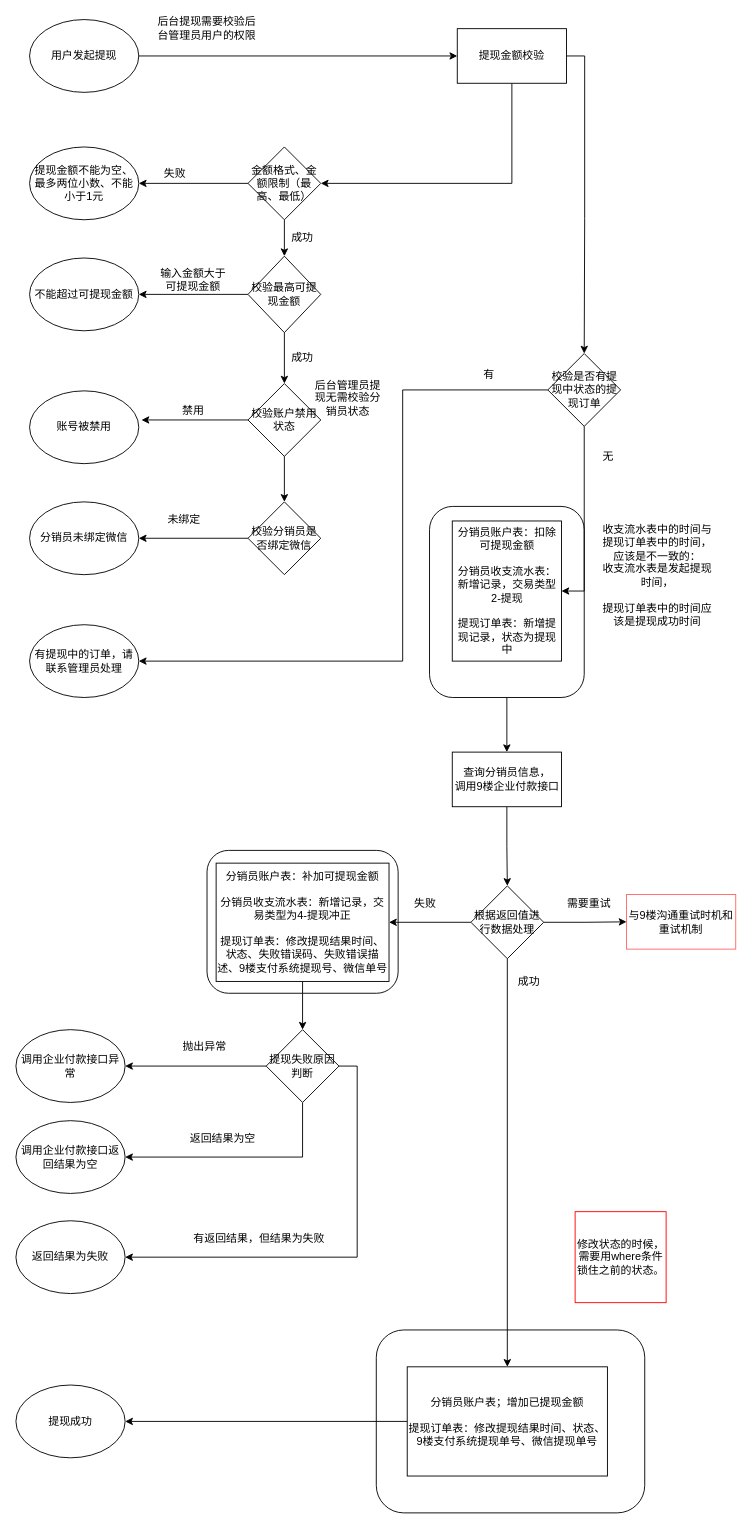
Before: 杨妈二期分销员模块-提现流程图.drawio in dingchengyungit/drawio, a draw.io diagram. Source tidied: cells renumbered, new cells numbered last; positions are measured from the earlier drawing's top-left corner, leaving out a move shared by most shapes. Both pictures are drawn from the tidied source at 91%, with x=0, y=0 at pixel (15, 19).
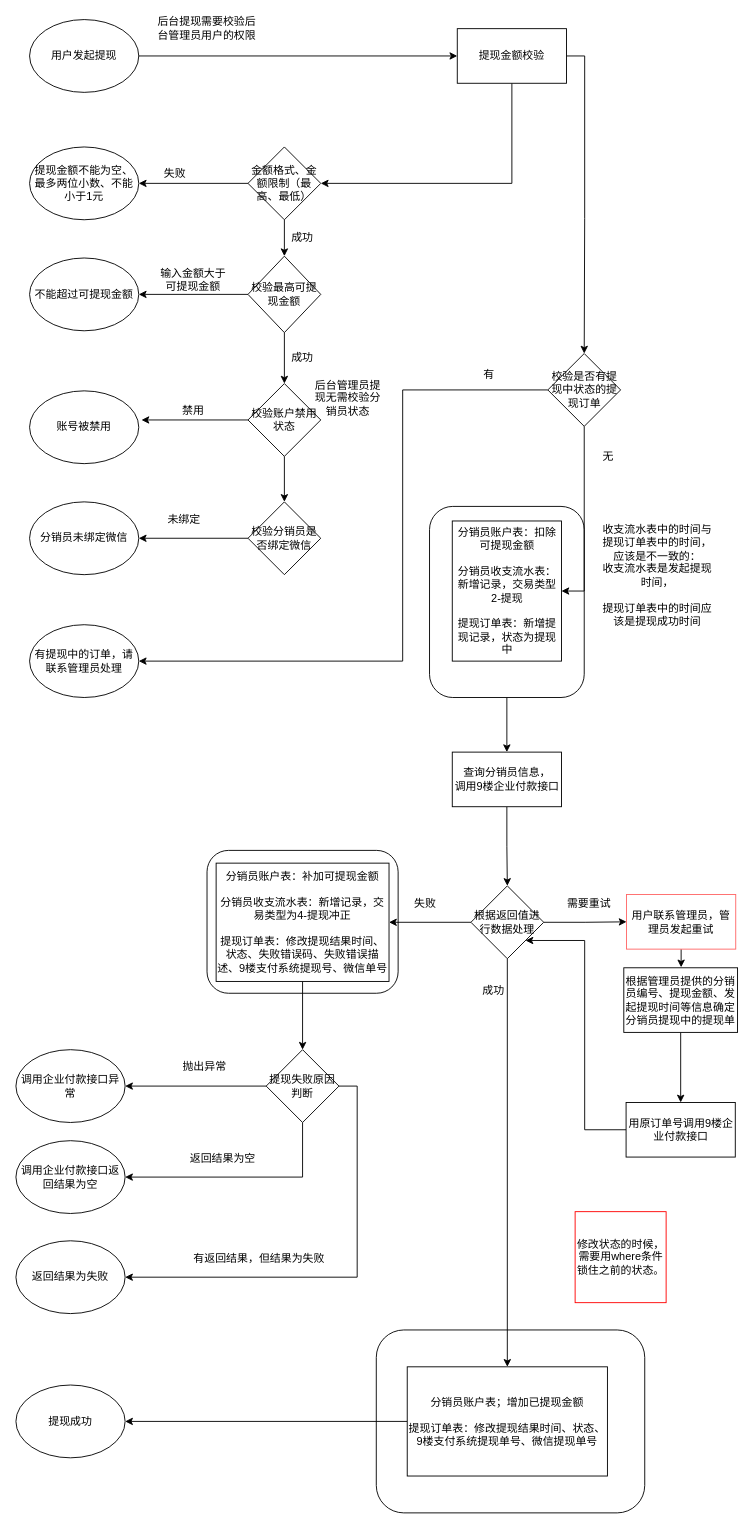
The same page after the edit.

Commit message:
更新杨妈二期分销员模块-提现流程图.drawio

The change refers to these unchanged cells:
```xml
<mxCell id="34" value="根据返回值进行数据处理" style="rhombus;whiteSpace=wrap;html=1;" parent="1" vertex="1">
  <mxGeometry x="500" y="952" width="80" height="80" as="geometry" />
</mxCell>
```

What changed in the source:
```diff
@@
+    <mxCell id="68" style="edgeStyle=orthogonalEdgeStyle;rounded=0;jettySize=auto;html=1;" parent="1" edge="1" source="40" target="70">
+      <mxGeometry relative="1" as="geometry" />
+    </mxCell>
-    <mxCell id="40" value="与9楼沟通重试时机和重试机制" style="rounded=0;whiteSpace=wrap;html=1;strokeColor=#FF6666;" parent="1" vertex="1">
+    <mxCell id="40" value="用户联系管理员，管理员发起重试" style="rounded=0;whiteSpace=wrap;html=1;strokeColor=#FF6666;" parent="1" vertex="1">
       <mxGeometry x="671" y="961.5" width="120" height="60" as="geometry" />
     </mxCell>
+    <mxCell id="69" style="edgeStyle=orthogonalEdgeStyle;rounded=0;jettySize=auto;html=1;" parent="1" edge="1" source="70" target="72">
+      <mxGeometry relative="1" as="geometry" />
+    </mxCell>
+    <mxCell id="70" value="根据管理员提供的分销员编号、提现金额、发起提现时间等信息确定分销员提现中的提现单" style="rounded=0;whiteSpace=wrap;html=1;strokeColor=#000000;" parent="1" vertex="1">
+      <mxGeometry x="668" y="1042" width="125" height="71" as="geometry" />
+    </mxCell>
+    <mxCell id="71" style="edgeStyle=orthogonalEdgeStyle;rounded=0;jettySize=auto;html=1;entryX=1;entryY=1;entryDx=0;entryDy=0;exitX=0;exitY=0.5;exitDx=0;exitDy=0;" parent="1" edge="1" source="72" target="34">
+      <mxGeometry relative="1" as="geometry">
+        <Array as="points">
+          <mxPoint x="625" y="1220" />
+          <mxPoint x="625" y="1012" />
+        </Array>
+      </mxGeometry>
+    </mxCell>
+    <mxCell id="72" value="用原订单号调用9楼企业付款接口" style="rounded=0;whiteSpace=wrap;html=1;strokeColor=#000000;" parent="1" vertex="1">
+      <mxGeometry x="670.5" y="1190" width="120" height="60" as="geometry" />
+    </mxCell>
@@
     <mxCell id="42" value="成功" style="text;html=1;strokeColor=none;fillColor=none;align=center;verticalAlign=middle;whiteSpace=wrap;rounded=0;" parent="1" vertex="1">
-      <mxGeometry x="543.5" y="1047" width="40" height="20" as="geometry" />
+      <mxGeometry x="505" y="1057" width="40" height="20" as="geometry" />
     </mxCell>
@@
     <mxCell id="59" style="edgeStyle=orthogonalEdgeStyle;rounded=0;jettySize=auto;html=1;entryX=1;entryY=0.5;entryDx=0;entryDy=0;exitX=0.5;exitY=1;exitDx=0;exitDy=0;" parent="1" edge="1" source="61" target="63">
       <mxGeometry relative="1" as="geometry">
         <Array as="points">
-          <mxPoint x="315" y="1250" />
+          <mxPoint x="315" y="1272" />
         </Array>
       </mxGeometry>
     </mxCell>
@@
     <mxCell id="61" value="提现失败原因判断" style="rhombus;whiteSpace=wrap;html=1;" parent="1" vertex="1">
-      <mxGeometry x="275" y="1110" width="80" height="80" as="geometry" />
+      <mxGeometry x="275" y="1132" width="80" height="80" as="geometry" />
     </mxCell>
     <mxCell id="62" value="调用企业付款接口异常" style="ellipse;whiteSpace=wrap;html=1;" parent="1" vertex="1">
-      <mxGeometry y="1110" width="120" height="80" as="geometry" />
+      <mxGeometry y="1132" width="120" height="80" as="geometry" />
     </mxCell>
     <mxCell id="63" value="调用企业付款接口返回结果为空" style="ellipse;whiteSpace=wrap;html=1;" parent="1" vertex="1">
-      <mxGeometry y="1210" width="120" height="80" as="geometry" />
+      <mxGeometry y="1232" width="120" height="80" as="geometry" />
     </mxCell>
     <mxCell id="64" value="抛出异常" style="text;html=1;strokeColor=none;fillColor=none;align=center;verticalAlign=middle;whiteSpace=wrap;rounded=0;" parent="1" vertex="1">
-      <mxGeometry x="180" y="1119" width="55" height="20" as="geometry" />
+      <mxGeometry x="180" y="1141" width="55" height="20" as="geometry" />
     </mxCell>
     <mxCell id="65" value="返回结果为空" style="text;html=1;strokeColor=none;fillColor=none;align=center;verticalAlign=middle;whiteSpace=wrap;rounded=0;" parent="1" vertex="1">
-      <mxGeometry x="190" y="1220" width="75" height="20" as="geometry" />
+      <mxGeometry x="190" y="1242" width="75" height="20" as="geometry" />
     </mxCell>
     <mxCell id="66" value="返回结果为失败" style="ellipse;whiteSpace=wrap;html=1;" parent="1" vertex="1">
-      <mxGeometry y="1320" width="120" height="80" as="geometry" />
+      <mxGeometry y="1342" width="120" height="80" as="geometry" />
     </mxCell>
     <mxCell id="67" value="有返回结果，但结果为失败" style="text;html=1;strokeColor=none;fillColor=none;align=center;verticalAlign=middle;whiteSpace=wrap;rounded=0;" parent="1" vertex="1">
-      <mxGeometry x="190" y="1330" width="155" height="20" as="geometry" />
+      <mxGeometry x="190" y="1352" width="155" height="20" as="geometry" />
     </mxCell>
```
